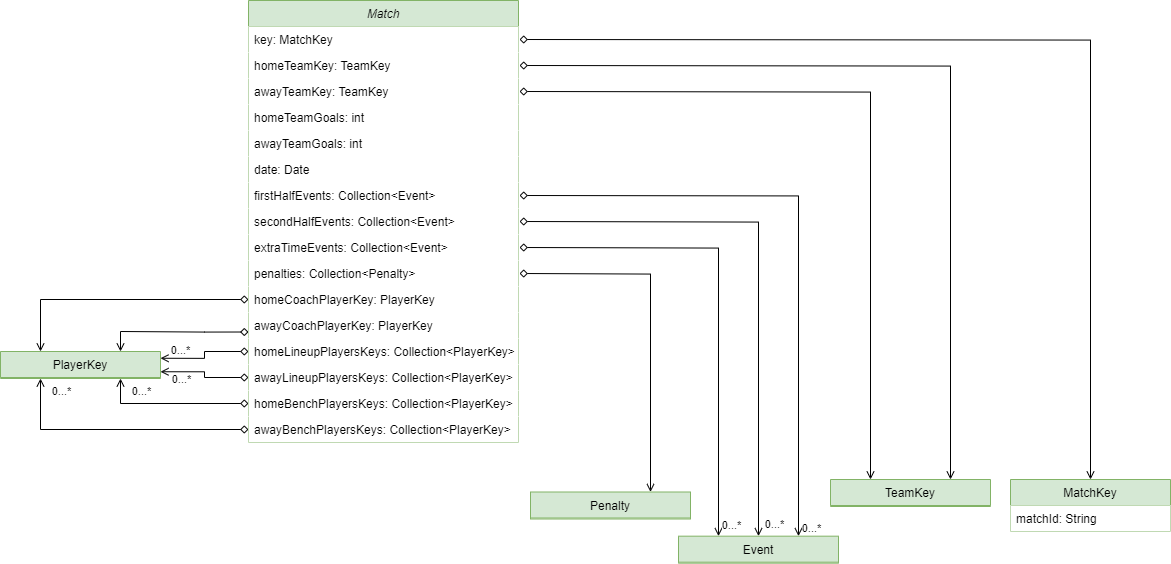
The draw.io diagram docs/Match.png in BrunoMNDantas/FlashscoreAPI, before a commit. Source tidied: cells renumbered, new cells last; positions are measured from the earlier drawing's top-left corner, leaving out a move shared by most shapes.
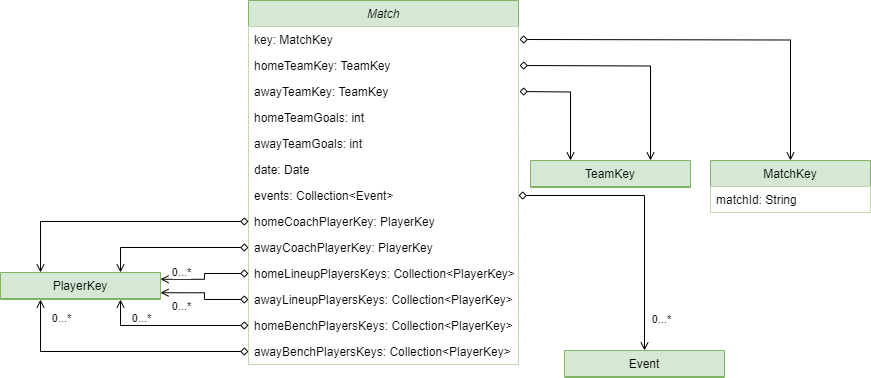
Later version of the same file.

Commit message:
UML diagrams updated

Diff of the diagram source:
```diff
@@ -2,21 +2,19 @@
   <root>
     <mxCell id="0" />
     <mxCell id="1" parent="0" />
-    <mxCell id="2" style="edgeStyle=orthogonalEdgeStyle;rounded=0;jettySize=auto;html=1;exitX=1;exitY=0.5;exitDx=0;exitDy=0;entryX=0.5;entryY=0;entryDx=0;entryDy=0;endArrow=open;endFill=0;startArrow=diamond;startFill=0;" parent="1" edge="1" target="26">
-      <mxGeometry relative="1" as="geometry">
-        <mxPoint x="519" y="221" as="sourcePoint" />
-      </mxGeometry>
+    <mxCell id="2" style="edgeStyle=orthogonalEdgeStyle;rounded=0;jettySize=auto;html=1;exitX=1;exitY=0.5;exitDx=0;exitDy=0;entryX=0.5;entryY=0;entryDx=0;entryDy=0;endArrow=open;endFill=0;startArrow=diamond;startFill=0;" parent="1" edge="1" source="12" target="26">
+      <mxGeometry relative="1" as="geometry" />
     </mxCell>
     <mxCell id="3" value="0...*" style="edgeLabel;html=1;align=center;verticalAlign=middle;" parent="2" vertex="1">
       <mxGeometry x="0.47" y="-4" relative="1" as="geometry">
-        <mxPoint x="19" y="135" as="offset" />
+        <mxPoint x="20" y="43" as="offset" />
       </mxGeometry>
     </mxCell>
-    <mxCell id="4" style="edgeStyle=orthogonalEdgeStyle;rounded=0;jettySize=auto;html=1;exitX=0;exitY=0.75;exitDx=0;exitDy=0;entryX=0.75;entryY=0;entryDx=0;entryDy=0;startArrow=diamond;startFill=0;endArrow=open;endFill=0;" parent="1" edge="1" source="5" target="35">
+    <mxCell id="4" style="edgeStyle=orthogonalEdgeStyle;rounded=0;jettySize=auto;html=1;exitX=0;exitY=0.5;exitDx=0;exitDy=0;entryX=0.75;entryY=0;entryDx=0;entryDy=0;startArrow=diamond;startFill=0;endArrow=open;endFill=0;" parent="1" edge="1" source="17" target="35">
       <mxGeometry relative="1" as="geometry" />
     </mxCell>
     <mxCell id="5" value="Match" style="swimlane;fontStyle=2;align=center;verticalAlign=top;horizontal=1;startSize=26;rounded=0;shadow=0;strokeWidth=1;fillColor=#d5e8d4;strokeColor=#82b366;" parent="1" vertex="1">
-      <mxGeometry x="248" width="270" height="442" as="geometry" />
+      <mxGeometry x="248" width="270" height="364" as="geometry" />
     </mxCell>
     <mxCell id="6" value="key: MatchKey" style="text;align=left;verticalAlign=top;spacingLeft=4;spacingRight=4;overflow=hidden;fillColor=default;" parent="5" vertex="1">
       <mxGeometry y="26" width="270" height="26" as="geometry" />
@@ -36,38 +34,29 @@
     <mxCell id="11" value="date: Date" style="text;align=left;verticalAlign=top;spacingLeft=4;spacingRight=4;overflow=hidden;rounded=0;shadow=0;html=0;fillColor=default;" parent="5" vertex="1">
       <mxGeometry y="156" width="270" height="26" as="geometry" />
     </mxCell>
-    <mxCell id="12" value="firstHalfEvents: Collection&lt;Event&gt;" style="text;align=left;verticalAlign=top;spacingLeft=4;spacingRight=4;overflow=hidden;points=[[0,0.5],[1,0.5]];portConstraint=eastwest;rounded=0;shadow=0;html=0;fillColor=default;" parent="5" vertex="1">
+    <mxCell id="12" value="events: Collection&lt;Event&gt;" style="text;align=left;verticalAlign=top;spacingLeft=4;spacingRight=4;overflow=hidden;points=[[0,0.5],[1,0.5]];portConstraint=eastwest;rounded=0;shadow=0;html=0;fillColor=default;" parent="5" vertex="1">
       <mxGeometry y="182" width="270" height="26" as="geometry" />
     </mxCell>
-    <mxCell id="13" value="secondHalfEvents: Collection&lt;Event&gt;" style="text;align=left;verticalAlign=top;spacingLeft=4;spacingRight=4;overflow=hidden;rounded=0;shadow=0;html=0;fillColor=default;" parent="5" vertex="1">
-      <mxGeometry y="208" width="270" height="26" as="geometry" />
-    </mxCell>
-    <mxCell id="14" value="extraTimeEvents: Collection&lt;Event&gt;" style="text;align=left;verticalAlign=top;spacingLeft=4;spacingRight=4;overflow=hidden;rounded=0;shadow=0;html=0;fillColor=default;" parent="5" vertex="1">
-      <mxGeometry y="234" width="270" height="26" as="geometry" />
-    </mxCell>
-    <mxCell id="15" value="penalties: Collection&lt;Penalty&gt;" style="text;align=left;verticalAlign=top;spacingLeft=4;spacingRight=4;overflow=hidden;rounded=0;shadow=0;html=0;fillColor=default;" parent="5" vertex="1">
-      <mxGeometry y="260" width="270" height="26" as="geometry" />
-    </mxCell>
     <mxCell id="16" value="homeCoachPlayerKey: PlayerKey" style="text;align=left;verticalAlign=top;spacingLeft=4;spacingRight=4;overflow=hidden;points=[[0,0.5],[1,0.5]];portConstraint=eastwest;rounded=0;shadow=0;html=0;fillColor=default;" parent="5" vertex="1">
-      <mxGeometry y="286" width="270" height="26" as="geometry" />
+      <mxGeometry y="208" width="270" height="26" as="geometry" />
     </mxCell>
     <mxCell id="17" value="awayCoachPlayerKey: PlayerKey" style="text;align=left;verticalAlign=top;spacingLeft=4;spacingRight=4;overflow=hidden;points=[[0,0.5],[1,0.5]];portConstraint=eastwest;rounded=0;shadow=0;html=0;fillColor=default;" parent="5" vertex="1">
-      <mxGeometry y="312" width="270" height="26" as="geometry" />
+      <mxGeometry y="234" width="270" height="26" as="geometry" />
     </mxCell>
     <mxCell id="18" value="homeLineupPlayersKeys: Collection&lt;PlayerKey&gt;" style="text;align=left;verticalAlign=top;spacingLeft=4;spacingRight=4;overflow=hidden;points=[[0,0.5],[1,0.5]];portConstraint=eastwest;rounded=0;shadow=0;html=0;fillColor=default;" parent="5" vertex="1">
-      <mxGeometry y="338" width="270" height="26" as="geometry" />
+      <mxGeometry y="260" width="270" height="26" as="geometry" />
     </mxCell>
     <mxCell id="19" value="awayLineupPlayersKeys: Collection&lt;PlayerKey&gt;" style="text;align=left;verticalAlign=top;spacingLeft=4;spacingRight=4;overflow=hidden;points=[[0,0.5],[1,0.5]];portConstraint=eastwest;rounded=0;shadow=0;html=0;fillColor=default;" parent="5" vertex="1">
-      <mxGeometry y="364" width="270" height="26" as="geometry" />
+      <mxGeometry y="286" width="270" height="26" as="geometry" />
     </mxCell>
     <mxCell id="20" value="homeBenchPlayersKeys: Collection&lt;PlayerKey&gt;" style="text;align=left;verticalAlign=top;spacingLeft=4;spacingRight=4;overflow=hidden;points=[[0,0.5],[1,0.5]];portConstraint=eastwest;rounded=0;shadow=0;html=0;fillColor=default;" parent="5" vertex="1">
-      <mxGeometry y="390" width="270" height="26" as="geometry" />
+      <mxGeometry y="312" width="270" height="26" as="geometry" />
     </mxCell>
     <mxCell id="21" value="awayBenchPlayersKeys: Collection&lt;PlayerKey&gt;" style="text;align=left;verticalAlign=top;spacingLeft=4;spacingRight=4;overflow=hidden;points=[[0,0.5],[1,0.5]];portConstraint=eastwest;rounded=0;shadow=0;html=0;fillColor=default;" parent="5" vertex="1">
-      <mxGeometry y="416" width="270" height="26" as="geometry" />
+      <mxGeometry y="338" width="270" height="26" as="geometry" />
     </mxCell>
     <mxCell id="22" value="MatchKey" style="swimlane;fontStyle=0;align=center;verticalAlign=top;horizontal=1;startSize=26;rounded=0;shadow=0;strokeWidth=1;fillColor=#d5e8d4;strokeColor=#82b366;" parent="1" vertex="1">
-      <mxGeometry x="1010" y="479" width="160" height="52" as="geometry" />
+      <mxGeometry x="710" y="160" width="160" height="52" as="geometry" />
     </mxCell>
     <mxCell id="23" value="matchId: String" style="text;align=left;verticalAlign=top;spacingLeft=4;spacingRight=4;overflow=hidden;fillColor=default;" parent="22" vertex="1">
       <mxGeometry y="26" width="160" height="26" as="geometry" />
@@ -78,10 +67,10 @@
       </mxGeometry>
     </mxCell>
     <mxCell id="25" value="TeamKey" style="swimlane;fontStyle=0;align=center;verticalAlign=top;horizontal=1;startSize=26;rounded=0;shadow=0;strokeWidth=1;fillColor=#d5e8d4;strokeColor=#82b366;" parent="1" vertex="1">
-      <mxGeometry x="830" y="479" width="160" height="27" as="geometry" />
+      <mxGeometry x="530" y="160" width="160" height="27" as="geometry" />
     </mxCell>
     <mxCell id="26" value="Event" style="swimlane;fontStyle=0;align=center;verticalAlign=top;horizontal=1;startSize=26;rounded=0;shadow=0;strokeWidth=1;fillColor=#d5e8d4;strokeColor=#82b366;" parent="1" vertex="1">
-      <mxGeometry x="678" y="535.7" width="160" height="27" as="geometry" />
+      <mxGeometry x="564" y="350" width="160" height="27" as="geometry" />
     </mxCell>
     <mxCell id="27" style="edgeStyle=orthogonalEdgeStyle;rounded=0;jettySize=auto;html=1;exitX=1;exitY=0.5;exitDx=0;exitDy=0;entryX=0.75;entryY=0;entryDx=0;entryDy=0;endArrow=open;endFill=0;startArrow=diamond;startFill=0;" parent="1" edge="1" target="25">
       <mxGeometry relative="1" as="geometry">
@@ -93,36 +82,8 @@
         <mxPoint x="519" y="91" as="sourcePoint" />
       </mxGeometry>
     </mxCell>
-    <mxCell id="29" value="Penalty" style="swimlane;fontStyle=0;align=center;verticalAlign=top;horizontal=1;startSize=26;rounded=0;shadow=0;strokeWidth=1;fillColor=#d5e8d4;strokeColor=#82b366;" parent="1" vertex="1">
-      <mxGeometry x="530" y="491.5" width="160" height="27" as="geometry" />
-    </mxCell>
-    <mxCell id="30" style="edgeStyle=orthogonalEdgeStyle;rounded=0;jettySize=auto;html=1;exitX=1;exitY=0.5;exitDx=0;exitDy=0;entryX=0.75;entryY=0;entryDx=0;entryDy=0;endArrow=open;endFill=0;startArrow=diamond;startFill=0;" parent="1" edge="1" target="26">
-      <mxGeometry relative="1" as="geometry">
-        <mxPoint x="519" y="195" as="sourcePoint" />
-      </mxGeometry>
-    </mxCell>
-    <mxCell id="31" value="0...*" style="edgeLabel;html=1;align=center;verticalAlign=middle;" parent="30" vertex="1">
-      <mxGeometry x="0.36" y="2" relative="1" as="geometry">
-        <mxPoint x="10" y="191" as="offset" />
-      </mxGeometry>
-    </mxCell>
-    <mxCell id="32" style="edgeStyle=orthogonalEdgeStyle;rounded=0;jettySize=auto;html=1;exitX=1;exitY=0.5;exitDx=0;exitDy=0;entryX=0.25;entryY=0;entryDx=0;entryDy=0;endArrow=open;endFill=0;startArrow=diamond;startFill=0;" parent="1" edge="1" target="26">
-      <mxGeometry relative="1" as="geometry">
-        <mxPoint x="519" y="247" as="sourcePoint" />
-      </mxGeometry>
-    </mxCell>
-    <mxCell id="33" value="0...*" style="edgeLabel;html=1;align=center;verticalAlign=middle;" parent="32" vertex="1">
-      <mxGeometry x="0.41" y="-2" relative="1" as="geometry">
-        <mxPoint x="14" y="133" as="offset" />
-      </mxGeometry>
-    </mxCell>
-    <mxCell id="34" style="edgeStyle=orthogonalEdgeStyle;rounded=0;jettySize=auto;html=1;exitX=1;exitY=0.5;exitDx=0;exitDy=0;entryX=0.75;entryY=0;entryDx=0;entryDy=0;endArrow=open;endFill=0;startArrow=diamond;startFill=0;" parent="1" edge="1" target="29">
-      <mxGeometry relative="1" as="geometry">
-        <mxPoint x="519" y="273" as="sourcePoint" />
-      </mxGeometry>
-    </mxCell>
     <mxCell id="35" value="PlayerKey" style="swimlane;fontStyle=0;align=center;verticalAlign=top;horizontal=1;startSize=26;rounded=0;shadow=0;strokeWidth=1;fillColor=#d5e8d4;strokeColor=#82b366;" parent="1" vertex="1">
-      <mxGeometry y="351" width="160" height="27" as="geometry" />
+      <mxGeometry y="272" width="160" height="27" as="geometry" />
     </mxCell>
     <mxCell id="36" style="edgeStyle=orthogonalEdgeStyle;rounded=0;jettySize=auto;html=1;exitX=0;exitY=0.5;exitDx=0;exitDy=0;entryX=0.25;entryY=0;entryDx=0;entryDy=0;endArrow=open;endFill=0;startArrow=diamond;startFill=0;" parent="1" edge="1" source="16" target="35">
       <mxGeometry relative="1" as="geometry" />
@@ -145,13 +106,13 @@
       <mxGeometry relative="1" as="geometry" />
     </mxCell>
     <mxCell id="42" value="0...*" style="edgeLabel;html=1;align=center;verticalAlign=middle;" parent="1" vertex="1">
-      <mxGeometry x="180" y="378" as="geometry" />
+      <mxGeometry x="180" y="305" as="geometry" />
     </mxCell>
     <mxCell id="43" value="0...*" style="edgeLabel;html=1;align=center;verticalAlign=middle;" parent="1" vertex="1">
-      <mxGeometry x="140" y="390" as="geometry" />
+      <mxGeometry x="140" y="317" as="geometry" />
     </mxCell>
     <mxCell id="44" value="0...*" style="edgeLabel;html=1;align=center;verticalAlign=middle;" parent="1" vertex="1">
-      <mxGeometry x="60" y="390" as="geometry" />
+      <mxGeometry x="60" y="317" as="geometry" />
     </mxCell>
   </root>
 </mxGraphModel>
```
